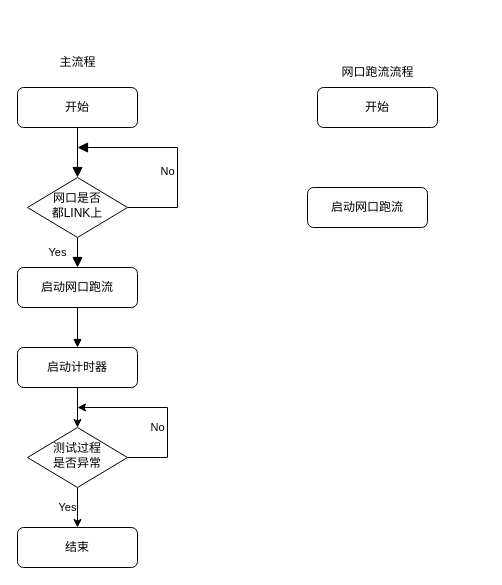
Before: a300.drawio in waterwatermelon/graph, a draw.io diagram. Source tidied: cells renumbered, new cells numbered last; positions are measured from the earlier drawing's top-left corner, leaving out a move shared by most shapes. Both pictures are drawn from the tidied source at 100%, with x=0, y=0 at pixel (17, 47).
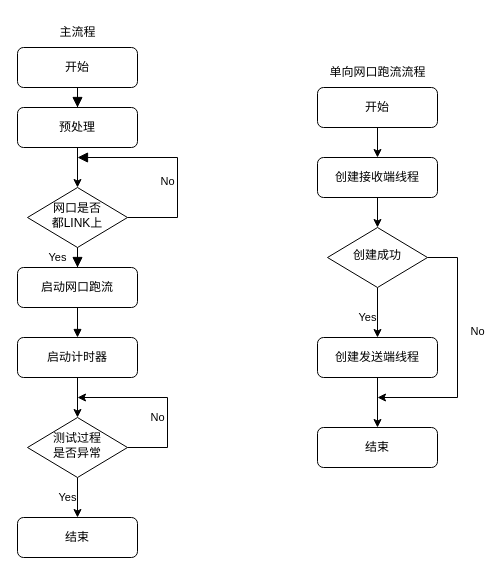
After the change.

The change refers to these unchanged cells:
```xml
<mxCell id="17" value="开始" style="rounded=1;whiteSpace=wrap;html=1;fontSize=12;glass=0;strokeWidth=1;shadow=0;" parent="1" vertex="1">
  <mxGeometry x="300" y="40" width="120" height="40" as="geometry" />
</mxCell>
```

Diff of the diagram source:
```diff
@@
-    <mxCell id="2" style="rounded=0;html=1;jettySize=auto;fontSize=11;endArrow=block;endFill=1;endSize=8;strokeWidth=1;shadow=0;labelBackgroundColor=none;edgeStyle=orthogonalEdgeStyle;" parent="1" edge="1" source="3" target="6">
+    <mxCell id="2" style="rounded=0;html=1;jettySize=auto;fontSize=11;endArrow=block;endFill=1;endSize=8;strokeWidth=1;shadow=0;labelBackgroundColor=none;edgeStyle=orthogonalEdgeStyle;" parent="1" edge="1" source="3" target="28">
       <mxGeometry relative="1" as="geometry" />
     </mxCell>
     <mxCell id="3" value="开始" style="rounded=1;whiteSpace=wrap;html=1;fontSize=12;glass=0;strokeWidth=1;shadow=0;" parent="1" vertex="1">
-      <mxGeometry y="40" width="120" height="40" as="geometry" />
+      <mxGeometry width="120" height="40" as="geometry" />
     </mxCell>
@@
     <mxCell id="5" value="No" style="edgeStyle=orthogonalEdgeStyle;rounded=0;html=1;jettySize=auto;fontSize=11;endArrow=block;endFill=1;endSize=8;strokeWidth=1;shadow=0;labelBackgroundColor=none;exitX=1;exitY=0.5;exitDx=0;exitDy=0;" parent="1" edge="1" source="6">
       <mxGeometry x="-0.18" y="10" relative="1" as="geometry">
-        <mxPoint x="60" y="100" as="targetPoint" />
+        <mxPoint x="60" y="110" as="targetPoint" />
         <Array as="points">
-          <mxPoint x="160" y="160" />
-          <mxPoint x="160" y="100" />
+          <mxPoint x="160" y="170" />
+          <mxPoint x="160" y="110" />
         </Array>
       </mxGeometry>
     </mxCell>
     <mxCell id="6" value="网口是否&lt;br&gt;都LINK上" style="rhombus;whiteSpace=wrap;html=1;shadow=0;fontFamily=Helvetica;fontSize=12;align=center;strokeWidth=1;spacing=6;spacingTop=-4;" parent="1" vertex="1">
-      <mxGeometry x="10" y="130" width="100" height="60" as="geometry" />
+      <mxGeometry x="10" y="140" width="100" height="60" as="geometry" />
     </mxCell>
@@
     <mxCell id="9" value="结束" style="rounded=1;whiteSpace=wrap;html=1;fontSize=12;glass=0;strokeWidth=1;shadow=0;" parent="1" vertex="1">
-      <mxGeometry y="480" width="120" height="40" as="geometry" />
+      <mxGeometry y="470" width="120" height="40" as="geometry" />
     </mxCell>
@@
     <mxCell id="11" value="启动计时器" style="rounded=1;whiteSpace=wrap;html=1;fontSize=12;glass=0;strokeWidth=1;shadow=0;" parent="1" vertex="1">
-      <mxGeometry y="300" width="120" height="40" as="geometry" />
+      <mxGeometry y="290" width="120" height="40" as="geometry" />
     </mxCell>
@@
     <mxCell id="13" value="No" style="edgeStyle=orthogonalEdgeStyle;rounded=0;jettySize=auto;html=1;exitX=1;exitY=0.5;exitDx=0;exitDy=0;" parent="1" edge="1" source="14">
       <mxGeometry x="-0.22" y="10" relative="1" as="geometry">
-        <mxPoint x="60" y="360" as="targetPoint" />
+        <mxPoint x="60" y="350" as="targetPoint" />
         <Array as="points">
-          <mxPoint x="150" y="410" />
-          <mxPoint x="150" y="360" />
-          <mxPoint x="61" y="360" />
+          <mxPoint x="150" y="400" />
+          <mxPoint x="150" y="350" />
         </Array>
       </mxGeometry>
     </mxCell>
     <mxCell id="14" value="测试过程&lt;br&gt;是否异常" style="rhombus;whiteSpace=wrap;html=1;shadow=0;fontFamily=Helvetica;fontSize=12;align=center;strokeWidth=1;spacing=6;spacingTop=-4;" parent="1" vertex="1">
-      <mxGeometry x="10" y="380" width="100" height="60" as="geometry" />
+      <mxGeometry x="10" y="370" width="100" height="60" as="geometry" />
     </mxCell>
-    <mxCell id="15" value="网口跑流流程" style="text;html=1;align=center;verticalAlign=middle;strokeColor=none;fillColor=none;" parent="1" vertex="1">
-      <mxGeometry x="310" y="10" width="100" height="30" as="geometry" />
+    <mxCell id="15" value="单向网口跑流流程" style="text;html=1;align=center;verticalAlign=middle;strokeColor=none;fillColor=none;" parent="1" vertex="1">
+      <mxGeometry x="300" y="10" width="120" height="30" as="geometry" />
     </mxCell>
     <mxCell id="16" value="主流程" style="text;html=1;align=center;verticalAlign=middle;strokeColor=none;fillColor=none;" parent="1" vertex="1">
-      <mxGeometry x="30" width="60" height="30" as="geometry" />
+      <mxGeometry x="30" y="-30" width="60" height="30" as="geometry" />
     </mxCell>
+    <mxCell id="19" style="edgeStyle=orthogonalEdgeStyle;rounded=0;jettySize=auto;html=1;exitX=0.5;exitY=1;exitDx=0;exitDy=0;entryX=0.5;entryY=0;entryDx=0;entryDy=0;" parent="1" edge="1" source="17" target="22">
+      <mxGeometry relative="1" as="geometry" />
+    </mxCell>
@@
+    <mxCell id="20" style="edgeStyle=orthogonalEdgeStyle;rounded=0;jettySize=auto;html=1;" parent="1" edge="1" source="18" target="23">
+      <mxGeometry relative="1" as="geometry" />
+    </mxCell>
-    <mxCell id="18" value="启动网口跑流" style="rounded=1;whiteSpace=wrap;html=1;fontSize=12;glass=0;strokeWidth=1;shadow=0;" parent="1" vertex="1">
-      <mxGeometry x="290" y="140" width="120" height="40" as="geometry" />
+    <mxCell id="18" value="创建发送端线程" style="rounded=1;whiteSpace=wrap;html=1;fontSize=12;glass=0;strokeWidth=1;shadow=0;" parent="1" vertex="1">
+      <mxGeometry x="300" y="290" width="120" height="40" as="geometry" />
     </mxCell>
+    <mxCell id="21" style="edgeStyle=orthogonalEdgeStyle;rounded=0;jettySize=auto;html=1;exitX=0.5;exitY=1;exitDx=0;exitDy=0;" parent="1" edge="1" source="22" target="26">
+      <mxGeometry relative="1" as="geometry" />
+    </mxCell>
+    <mxCell id="22" value="创建接收端线程" style="rounded=1;whiteSpace=wrap;html=1;fontSize=12;glass=0;strokeWidth=1;shadow=0;" parent="1" vertex="1">
+      <mxGeometry x="300" y="110" width="120" height="40" as="geometry" />
+    </mxCell>
+    <mxCell id="23" value="结束" style="rounded=1;whiteSpace=wrap;html=1;fontSize=12;glass=0;strokeWidth=1;shadow=0;" parent="1" vertex="1">
+      <mxGeometry x="300" y="380" width="120" height="40" as="geometry" />
+    </mxCell>
+    <mxCell id="24" value="No" style="edgeStyle=orthogonalEdgeStyle;rounded=0;jettySize=auto;html=1;exitX=1;exitY=0.5;exitDx=0;exitDy=0;" parent="1" edge="1" source="26">
+      <mxGeometry x="-0.17" y="20" relative="1" as="geometry">
+        <mxPoint x="360" y="350" as="targetPoint" />
+        <Array as="points">
+          <mxPoint x="440" y="210" />
+          <mxPoint x="440" y="350" />
+        </Array>
+      </mxGeometry>
+    </mxCell>
+    <mxCell id="25" value="Yes" style="edgeStyle=orthogonalEdgeStyle;rounded=0;jettySize=auto;html=1;exitX=0.5;exitY=1;exitDx=0;exitDy=0;entryX=0.5;entryY=0;entryDx=0;entryDy=0;" parent="1" edge="1" source="26" target="18">
+      <mxGeometry x="0.2" y="-10" relative="1" as="geometry" />
+    </mxCell>
+    <mxCell id="26" value="创建成功" style="rhombus;whiteSpace=wrap;html=1;shadow=0;fontFamily=Helvetica;fontSize=12;align=center;strokeWidth=1;spacing=6;spacingTop=-4;" parent="1" vertex="1">
+      <mxGeometry x="310" y="180" width="100" height="60" as="geometry" />
+    </mxCell>
+    <mxCell id="27" style="edgeStyle=orthogonalEdgeStyle;rounded=0;jettySize=auto;html=1;exitX=0.5;exitY=1;exitDx=0;exitDy=0;" parent="1" edge="1" source="28" target="6">
+      <mxGeometry relative="1" as="geometry" />
+    </mxCell>
+    <mxCell id="28" value="预处理" style="rounded=1;whiteSpace=wrap;html=1;fontSize=12;glass=0;strokeWidth=1;shadow=0;" parent="1" vertex="1">
+      <mxGeometry y="60" width="120" height="40" as="geometry" />
+    </mxCell>
```
